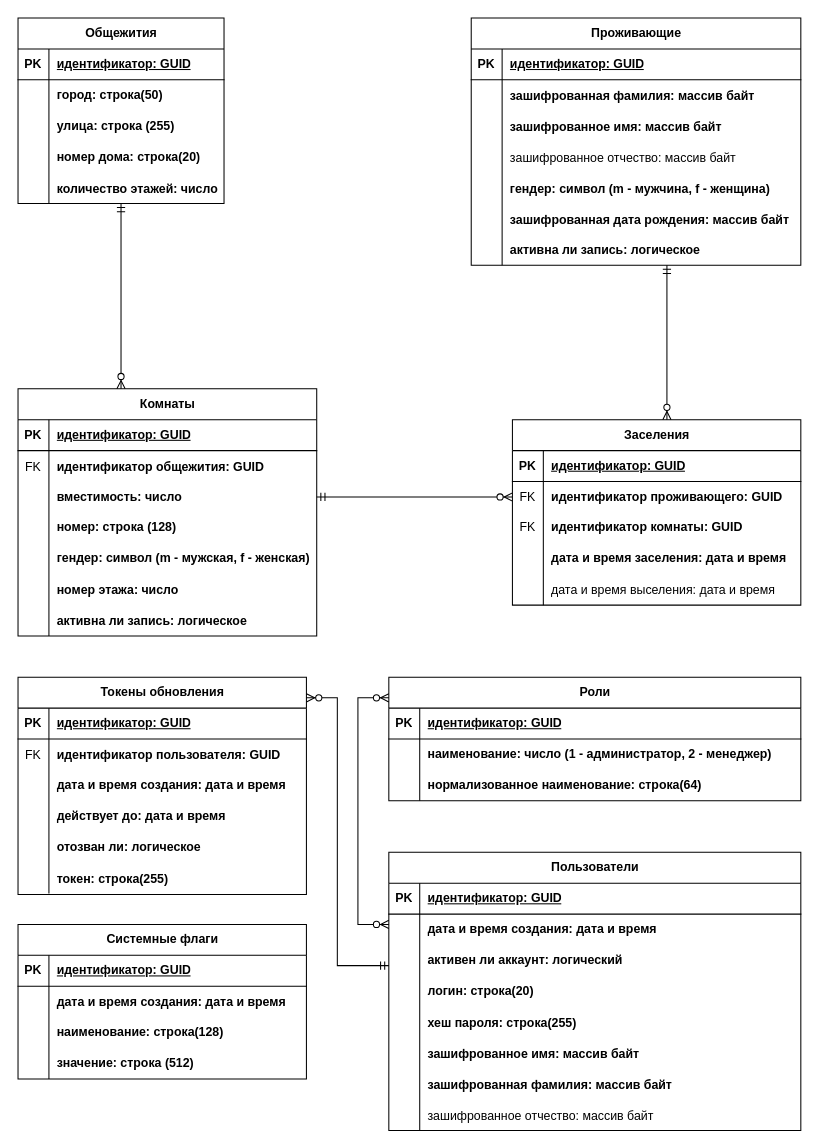
This is docs/ERD логическая.drawio from DmitryUA/OpenDorm, a draw.io file, before an edit. Source tidied: cells renumbered, new cells numbered last; positions are measured from the earlier drawing's top-left corner, leaving out a move shared by most shapes. Both pictures are drawn from the tidied source at 103%, with x=0, y=0 at pixel (18, 18).
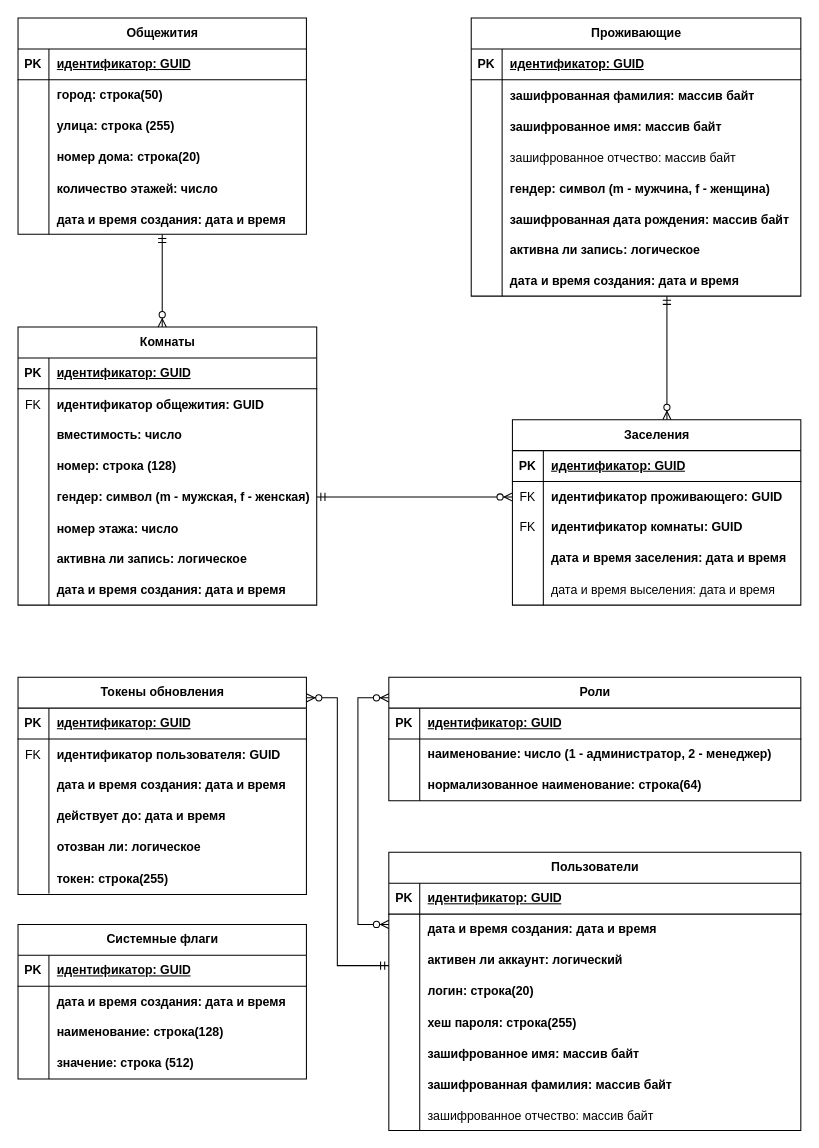
The same page after the edit.

Diff of the diagram source:
```diff
@@
     <mxCell id="2" value="Комнаты" style="shape=table;startSize=30;childLayout=tableLayout;rowLines=0;fontStyle=1;align=center;html=1;" parent="1" vertex="1">
-      <mxGeometry y="360" width="290" height="240" as="geometry" />
+      <mxGeometry y="300" width="290" height="270" as="geometry" />
     </mxCell>
@@
+    <mxCell id="150" style="shape=tableRow;horizontal=0;startSize=0;swimlaneHead=0;swimlaneBody=0;fillColor=none;top=0;left=0;right=0;bottom=0;" parent="2" vertex="1">
+      <mxGeometry y="240" width="290" height="30" as="geometry" />
+    </mxCell>
+    <mxCell id="151" style="shape=partialRectangle;fillColor=none;top=0;left=0;bottom=0;right=0;overflow=hidden;" parent="150" vertex="1">
+      <mxGeometry width="30" height="30" as="geometry" />
+    </mxCell>
+    <mxCell id="152" value="дата и время создания: дата и время" style="shape=partialRectangle;fillColor=none;top=0;left=0;bottom=0;right=0;align=left;spacingLeft=6;overflow=hidden;fontStyle=1;" parent="150" vertex="1">
+      <mxGeometry x="30" width="260" height="30" as="geometry" />
+    </mxCell>
     <mxCell id="24" value="Общежития" style="shape=table;startSize=30;childLayout=tableLayout;rowLines=0;fontStyle=1;align=center;html=1;" parent="1" vertex="1">
-      <mxGeometry width="200" height="180" as="geometry" />
+      <mxGeometry width="280" height="210" as="geometry" />
     </mxCell>
     <mxCell id="25" style="shape=tableRow;horizontal=0;startSize=0;swimlaneHead=0;swimlaneBody=0;fillColor=none;top=0;left=0;right=0;bottom=1;" parent="24" vertex="1">
-      <mxGeometry y="30" width="200" height="30" as="geometry" />
+      <mxGeometry y="30" width="280" height="30" as="geometry" />
     </mxCell>
@@
     <mxCell id="27" value="идентификатор: GUID" style="shape=partialRectangle;fillColor=none;top=0;left=0;bottom=0;right=0;align=left;spacingLeft=6;fontStyle=5;overflow=hidden;whiteSpace=wrap;html=1;" parent="25" vertex="1">
-      <mxGeometry x="30" width="170" height="30" as="geometry" />
+      <mxGeometry x="30" width="250" height="30" as="geometry" />
     </mxCell>
     <mxCell id="28" style="shape=tableRow;horizontal=0;startSize=0;swimlaneHead=0;swimlaneBody=0;fillColor=none;top=0;left=0;right=0;bottom=0;" parent="24" vertex="1">
-      <mxGeometry y="60" width="200" height="30" as="geometry" />
+      <mxGeometry y="60" width="280" height="30" as="geometry" />
     </mxCell>
@@
     <mxCell id="30" value="&lt;b&gt;город: строка(50)&lt;/b&gt;" style="shape=partialRectangle;fillColor=none;top=0;left=0;bottom=0;right=0;align=left;spacingLeft=6;overflow=hidden;whiteSpace=wrap;html=1;" parent="28" vertex="1">
-      <mxGeometry x="30" width="170" height="30" as="geometry" />
+      <mxGeometry x="30" width="250" height="30" as="geometry" />
     </mxCell>
     <mxCell id="31" style="shape=tableRow;horizontal=0;startSize=0;swimlaneHead=0;swimlaneBody=0;fillColor=none;top=0;left=0;right=0;bottom=0;" parent="24" vertex="1">
-      <mxGeometry y="90" width="200" height="30" as="geometry" />
+      <mxGeometry y="90" width="280" height="30" as="geometry" />
     </mxCell>
@@
     <mxCell id="33" value="&lt;b&gt;улица: строка (255)&lt;/b&gt;" style="shape=partialRectangle;fillColor=none;top=0;left=0;bottom=0;right=0;align=left;spacingLeft=6;overflow=hidden;whiteSpace=wrap;html=1;" parent="31" vertex="1">
-      <mxGeometry x="30" width="170" height="30" as="geometry" />
+      <mxGeometry x="30" width="250" height="30" as="geometry" />
     </mxCell>
     <mxCell id="34" style="shape=tableRow;horizontal=0;startSize=0;swimlaneHead=0;swimlaneBody=0;fillColor=none;top=0;left=0;right=0;bottom=0;" parent="24" vertex="1">
-      <mxGeometry y="120" width="200" height="30" as="geometry" />
+      <mxGeometry y="120" width="280" height="30" as="geometry" />
     </mxCell>
@@
     <mxCell id="36" value="&lt;b&gt;номер дома: строка(20)&lt;/b&gt;" style="shape=partialRectangle;fillColor=none;top=0;left=0;bottom=0;right=0;align=left;spacingLeft=6;overflow=hidden;whiteSpace=wrap;html=1;" parent="34" vertex="1">
-      <mxGeometry x="30" width="170" height="30" as="geometry" />
+      <mxGeometry x="30" width="250" height="30" as="geometry" />
     </mxCell>
     <mxCell id="37" style="shape=tableRow;horizontal=0;startSize=0;swimlaneHead=0;swimlaneBody=0;fillColor=none;top=0;left=0;right=0;bottom=0;" parent="24" vertex="1">
-      <mxGeometry y="150" width="200" height="30" as="geometry" />
+      <mxGeometry y="150" width="280" height="30" as="geometry" />
     </mxCell>
@@
     <mxCell id="39" value="количество этажей: число" style="shape=partialRectangle;fillColor=none;top=0;left=0;bottom=0;right=0;align=left;spacingLeft=6;overflow=hidden;fontStyle=1;" parent="37" vertex="1">
-      <mxGeometry x="30" width="170" height="30" as="geometry" />
+      <mxGeometry x="30" width="250" height="30" as="geometry" />
     </mxCell>
+    <mxCell id="153" style="shape=tableRow;horizontal=0;startSize=0;swimlaneHead=0;swimlaneBody=0;fillColor=none;top=0;left=0;right=0;bottom=0;" parent="24" vertex="1">
+      <mxGeometry y="180" width="280" height="30" as="geometry" />
+    </mxCell>
+    <mxCell id="154" style="shape=partialRectangle;fillColor=none;top=0;left=0;bottom=0;right=0;overflow=hidden;" parent="153" vertex="1">
+      <mxGeometry width="30" height="30" as="geometry" />
+    </mxCell>
+    <mxCell id="155" value="дата и время создания: дата и время" style="shape=partialRectangle;fillColor=none;top=0;left=0;bottom=0;right=0;align=left;spacingLeft=6;overflow=hidden;fontStyle=1;" parent="153" vertex="1">
+      <mxGeometry x="30" width="250" height="30" as="geometry" />
+    </mxCell>
@@
     <mxCell id="41" value="Проживающие" style="shape=table;startSize=30;childLayout=tableLayout;rowLines=0;fontStyle=1;align=center;html=1;" parent="1" vertex="1">
-      <mxGeometry x="440" width="320" height="240" as="geometry" />
+      <mxGeometry x="440" width="320" height="270" as="geometry" />
     </mxCell>
@@
+    <mxCell id="156" style="shape=tableRow;horizontal=0;startSize=0;swimlaneHead=0;swimlaneBody=0;fillColor=none;top=0;left=0;right=0;bottom=0;" parent="41" vertex="1">
+      <mxGeometry y="240" width="320" height="30" as="geometry" />
+    </mxCell>
+    <mxCell id="157" style="shape=partialRectangle;fillColor=none;top=0;left=0;bottom=0;right=0;overflow=hidden;" parent="156" vertex="1">
+      <mxGeometry width="30" height="30" as="geometry" />
+    </mxCell>
+    <mxCell id="158" value="дата и время создания: дата и время" style="shape=partialRectangle;fillColor=none;top=0;left=0;bottom=0;right=0;align=left;spacingLeft=6;overflow=hidden;fontStyle=1;" parent="156" vertex="1">
+      <mxGeometry x="30" width="290" height="30" as="geometry" />
+    </mxCell>
```
